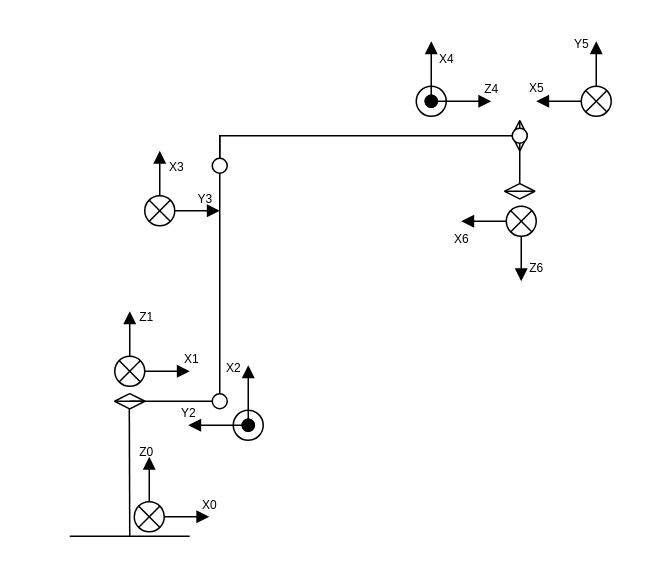
The draw.io diagram page "MiRobot" (2 of 2) of Kinematics6DoF.drawio in vmx17/Kinematics6DoF, before the edit. Source tidied: cells renumbered, new cells numbered last; positions are measured from the earlier drawing's top-left corner, leaving out a move shared by most shapes. Both pictures are drawn from the tidied source at 150%, with x=0, y=0 at pixel (69, 40).
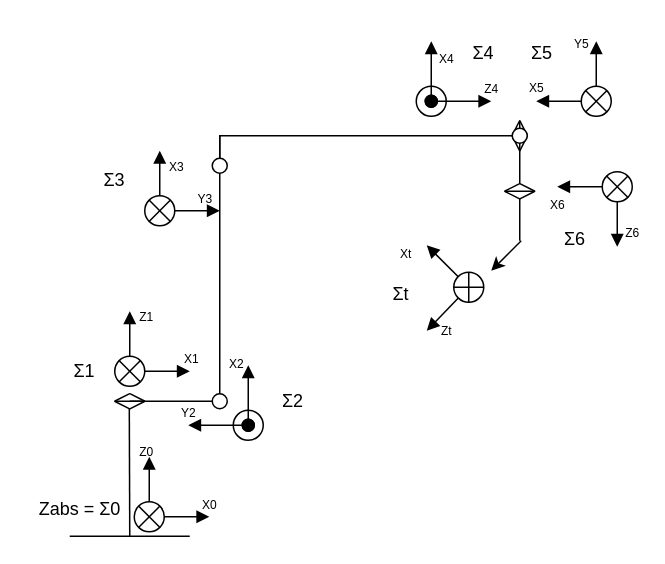
The same page after the edit.

The change refers to these unchanged cells:
```xml
<mxCell id="23" style="group;rotation=-90;" parent="1" vertex="1">
  <mxGeometry x="79" y="216" width="50" height="50" as="geometry" />
</mxCell>
<mxCell id="29" style="verticalLabelPosition=bottom;verticalAlign=top;html=1;shape=mxgraph.flowchart.sort;direction=west;" parent="1" vertex="1">
  <mxGeometry x="290" y="95" width="20" height="10" as="geometry" />
</mxCell>
```

Diff of the diagram source:
```diff
@@
     <mxCell id="25" value="&lt;font style=&quot;font-size: 8px;&quot;&gt;X2&lt;/font&gt;" style="html=1;verticalAlign=bottom;startArrow=oval;startFill=1;endArrow=block;startSize=8;curved=0;rounded=0;labelBackgroundColor=none;" parent="23" edge="1">
-      <mxGeometry x="0.5" y="10" relative="1" as="geometry">
+      <mxGeometry x="0.65" y="8" relative="1" as="geometry">
         <mxPoint x="40" y="40" as="sourcePoint" />
         <mxPoint x="40" as="targetPoint" />
       </mxGeometry>
     </mxCell>
@@
     <mxCell id="38" style="group;rotation=0;" parent="1" vertex="1">
-      <mxGeometry x="231" width="50" height="50" as="geometry" />
+      <mxGeometry x="231" width="65" height="50" as="geometry" />
     </mxCell>
@@
+    <mxCell id="47" value="Σ4" style="text;html=1;align=center;verticalAlign=middle;whiteSpace=wrap;rounded=0;" parent="38" vertex="1">
+      <mxGeometry x="25" y="-7" width="40" height="30" as="geometry" />
+    </mxCell>
     <mxCell id="42" style="group;rotation=-180;" parent="1" vertex="1">
-      <mxGeometry x="261" y="110" width="50" height="50" as="geometry" />
+      <mxGeometry x="325" y="87" width="50" height="66" as="geometry" />
     </mxCell>
@@
+    <mxCell id="48" value="Σ6" style="text;html=1;align=center;verticalAlign=middle;whiteSpace=wrap;rounded=0;" parent="42" vertex="1">
+      <mxGeometry x="-8" y="30" width="40" height="30" as="geometry" />
+    </mxCell>
@@
+    <mxCell id="49" value="Zabs = Σ0" style="text;html=1;align=center;verticalAlign=middle;whiteSpace=wrap;rounded=0;" parent="1" vertex="1">
+      <mxGeometry x="-29" y="297" width="72" height="30" as="geometry" />
+    </mxCell>
+    <mxCell id="50" value="Σ1" style="text;html=1;align=center;verticalAlign=middle;whiteSpace=wrap;rounded=0;" parent="1" vertex="1">
+      <mxGeometry x="-10" y="205" width="40" height="30" as="geometry" />
+    </mxCell>
+    <mxCell id="51" value="Σ2" style="text;html=1;align=center;verticalAlign=middle;whiteSpace=wrap;rounded=0;" parent="1" vertex="1">
+      <mxGeometry x="129" y="225" width="40" height="30" as="geometry" />
+    </mxCell>
+    <mxCell id="52" value="Σ3" style="text;html=1;align=center;verticalAlign=middle;whiteSpace=wrap;rounded=0;" parent="1" vertex="1">
+      <mxGeometry x="10" y="78" width="40" height="30" as="geometry" />
+    </mxCell>
+    <mxCell id="53" value="Σ5" style="text;html=1;align=center;verticalAlign=middle;whiteSpace=wrap;rounded=0;" parent="1" vertex="1">
+      <mxGeometry x="295" y="-7" width="40" height="30" as="geometry" />
+    </mxCell>
+    <mxCell id="54" style="endArrow=none;html=1;rounded=0;entryX=0.5;entryY=0;entryDx=0;entryDy=0;entryPerimeter=0;" parent="1" edge="1" target="29">
+      <mxGeometry relative="1" as="geometry">
+        <mxPoint x="300" y="133" as="sourcePoint" />
+      </mxGeometry>
+    </mxCell>
+    <mxCell id="55" style="endArrow=classic;html=1;rounded=0;" parent="1" edge="1">
+      <mxGeometry relative="1" as="geometry">
+        <mxPoint x="301" y="133" as="sourcePoint" />
+        <mxPoint x="281" y="153" as="targetPoint" />
+      </mxGeometry>
+    </mxCell>
+    <mxCell id="56" style="group;rotation=-135;" parent="1" vertex="1">
+      <mxGeometry x="214" y="137" width="50" height="66" as="geometry" />
+    </mxCell>
+    <mxCell id="57" value="&lt;font style=&quot;font-size: 8px;&quot;&gt;Xt&lt;/font&gt;" style="html=1;verticalAlign=bottom;startArrow=oval;startFill=1;endArrow=block;startSize=8;curved=0;rounded=0;labelBackgroundColor=none;" parent="56" edge="1">
+      <mxGeometry x="1" y="20" relative="1" as="geometry">
+        <mxPoint x="52" y="27" as="sourcePoint" />
+        <mxPoint x="24" y="-1" as="targetPoint" />
+      </mxGeometry>
+    </mxCell>
+    <mxCell id="58" value="&lt;h5&gt;&lt;font style=&quot;font-size: 8px; font-weight: normal;&quot;&gt;Zt&lt;/font&gt;&lt;/h5&gt;" style="html=1;verticalAlign=bottom;startArrow=oval;startFill=1;endArrow=block;startSize=8;curved=0;rounded=0;labelBackgroundColor=none;fontSize=8;" parent="56" edge="1">
+      <mxGeometry x="1" y="24" relative="1" as="geometry">
+        <mxPoint x="52" y="27" as="sourcePoint" />
+        <mxPoint x="24" y="56" as="targetPoint" />
+        <mxPoint x="-4" y="3" as="offset" />
+      </mxGeometry>
+    </mxCell>
+    <mxCell id="59" style="verticalLabelPosition=bottom;verticalAlign=top;html=1;shape=mxgraph.flowchart.or;rotation=-135;" parent="56" vertex="1">
+      <mxGeometry x="42" y="17" width="20" height="20" as="geometry" />
+    </mxCell>
+    <mxCell id="60" value="Σt" style="text;html=1;align=center;verticalAlign=middle;whiteSpace=wrap;rounded=0;rotation=0;" parent="56" vertex="1">
+      <mxGeometry x="-13" y="17" width="40" height="30" as="geometry" />
+    </mxCell>
```
